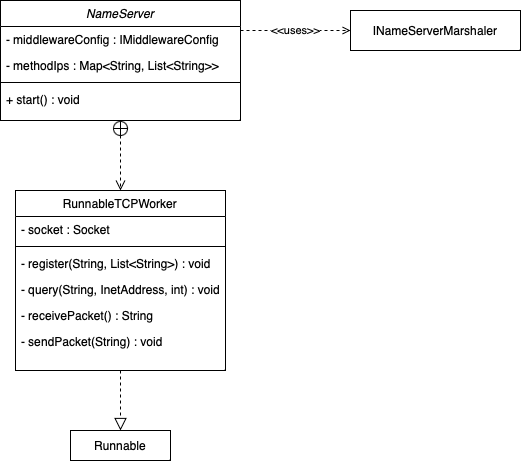
This is doku-middleware/NameServer.drawio.png from PrismFox/tron-game, a draw.io export, as it was before one commit. Source tidied: cells renumbered, new cells last; positions are measured from the earlier drawing's top-left corner, leaving out a move shared by most shapes. The source it was exported from:
```xml
<mxGraphModel>
  <root>
    <mxCell id="0" />
    <mxCell id="1" parent="0" />
    <mxCell id="2" value="NameServer" style="swimlane;fontStyle=2;align=center;verticalAlign=top;horizontal=1;startSize=26;rounded=0;shadow=0;strokeWidth=1;" parent="1" vertex="1">
      <mxGeometry width="240" height="120" as="geometry" />
    </mxCell>
    <mxCell id="3" value="- middlewareConfig : IMiddlewareConfig" style="text;align=left;verticalAlign=top;spacingLeft=4;spacingRight=4;overflow=hidden;points=[[0,0.5],[1,0.5]];portConstraint=eastwest;" parent="2" vertex="1">
      <mxGeometry y="26" width="240" height="26" as="geometry" />
    </mxCell>
    <mxCell id="4" value="- methodIps : Map&lt;String, List&lt;String&gt;&gt;" style="text;align=left;verticalAlign=top;spacingLeft=4;spacingRight=4;overflow=hidden;rounded=0;shadow=0;html=0;" parent="2" vertex="1">
      <mxGeometry y="52" width="240" height="26" as="geometry" />
    </mxCell>
    <mxCell id="5" style="line;html=1;strokeWidth=1;align=left;verticalAlign=middle;spacingTop=-1;spacingLeft=3;spacingRight=3;labelPosition=right;" parent="2" vertex="1">
      <mxGeometry y="78" width="240" height="8" as="geometry" />
    </mxCell>
    <mxCell id="6" value="+ start() : void" style="text;align=left;verticalAlign=top;spacingLeft=4;spacingRight=4;overflow=hidden;" parent="2" vertex="1">
      <mxGeometry y="86" width="240" height="26" as="geometry" />
    </mxCell>
    <mxCell id="7" value="RunnableTCPWorker" style="swimlane;fontStyle=0;align=center;verticalAlign=top;horizontal=1;startSize=26;rounded=0;shadow=0;strokeWidth=1;" parent="1" vertex="1">
      <mxGeometry x="15" y="190" width="210" height="180" as="geometry" />
    </mxCell>
    <mxCell id="8" value="- socket : Socket" style="text;align=left;verticalAlign=top;spacingLeft=4;spacingRight=4;overflow=hidden;rounded=0;shadow=0;html=0;" parent="7" vertex="1">
      <mxGeometry y="26" width="210" height="26" as="geometry" />
    </mxCell>
    <mxCell id="9" style="line;html=1;strokeWidth=1;align=left;verticalAlign=middle;spacingTop=-1;spacingLeft=3;spacingRight=3;labelPosition=right;" parent="7" vertex="1">
      <mxGeometry y="52" width="210" height="8" as="geometry" />
    </mxCell>
    <mxCell id="10" value="- register(String, List&lt;String&gt;) : void" style="text;align=left;verticalAlign=top;spacingLeft=4;spacingRight=4;overflow=hidden;" parent="7" vertex="1">
      <mxGeometry y="60" width="210" height="26" as="geometry" />
    </mxCell>
    <mxCell id="11" value="- query(String, InetAddress, int) : void" style="text;align=left;verticalAlign=top;spacingLeft=4;spacingRight=4;overflow=hidden;" parent="7" vertex="1">
      <mxGeometry y="86" width="210" height="26" as="geometry" />
    </mxCell>
    <mxCell id="12" value="- receivePacket() : String" style="text;align=left;verticalAlign=top;spacingLeft=4;spacingRight=4;overflow=hidden;" parent="7" vertex="1">
      <mxGeometry y="112" width="210" height="26" as="geometry" />
    </mxCell>
    <mxCell id="13" value="- sendPacket(String) : void" style="text;align=left;verticalAlign=top;spacingLeft=4;spacingRight=4;overflow=hidden;" parent="7" vertex="1">
      <mxGeometry y="138" width="210" height="26" as="geometry" />
    </mxCell>
    <mxCell id="14" value="Runnable" style="rounded=0;whiteSpace=wrap;html=1;" parent="1" vertex="1">
      <mxGeometry x="70" y="430" width="100" height="30" as="geometry" />
    </mxCell>
    <mxCell id="15" value="INameServerMarshaler" style="rounded=0;whiteSpace=wrap;html=1;" parent="1" vertex="1">
      <mxGeometry x="350" y="10" width="170" height="40" as="geometry" />
    </mxCell>
    <mxCell id="16" value="&amp;lt;&amp;lt;uses&amp;gt;&amp;gt;" style="edgeStyle=orthogonalEdgeStyle;rounded=0;jettySize=auto;html=1;dashed=1;endArrow=open;endFill=0;exitX=1;exitY=0.25;exitDx=0;exitDy=0;entryX=0;entryY=0.5;entryDx=0;entryDy=0;" parent="1" edge="1" source="2" target="15">
      <mxGeometry relative="1" as="geometry" />
    </mxCell>
    <mxCell id="17" style="endArrow=block;endSize=10;endFill=0;shadow=0;strokeWidth=1;rounded=0;edgeStyle=elbowEdgeStyle;elbow=vertical;dashed=1;exitX=0.5;exitY=1;exitDx=0;exitDy=0;entryX=0.5;entryY=0;entryDx=0;entryDy=0;" parent="1" edge="1" source="7" target="14">
      <mxGeometry relative="1" as="geometry">
        <Array as="points">
          <mxPoint x="100" y="390" />
        </Array>
      </mxGeometry>
    </mxCell>
    <mxCell id="18" style="endArrow=open;startArrow=circlePlus;endFill=0;startFill=0;endSize=8;html=1;rounded=0;dashed=1;entryX=0.5;entryY=0;entryDx=0;entryDy=0;exitX=0.5;exitY=1;exitDx=0;exitDy=0;" parent="1" edge="1" source="2" target="7">
      <mxGeometry relative="1" as="geometry" />
    </mxCell>
  </root>
</mxGraphModel>
```
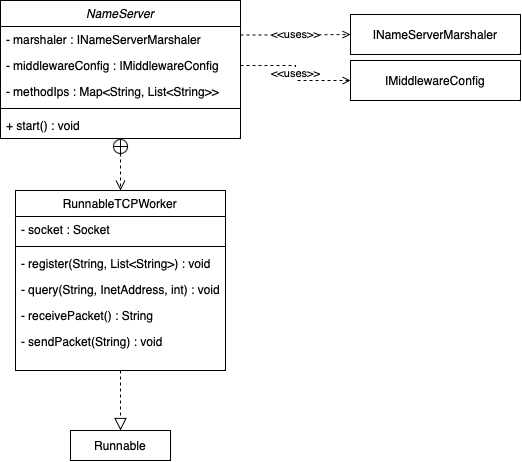
Above is the later version.

Diff of the diagram source:
```diff
@@ -3,19 +3,22 @@
     <mxCell id="0" />
     <mxCell id="1" parent="0" />
     <mxCell id="2" value="NameServer" style="swimlane;fontStyle=2;align=center;verticalAlign=top;horizontal=1;startSize=26;rounded=0;shadow=0;strokeWidth=1;" parent="1" vertex="1">
-      <mxGeometry width="240" height="120" as="geometry" />
+      <mxGeometry width="240" height="138" as="geometry" />
     </mxCell>
+    <mxCell id="19" value="- marshaler : INameServerMarshaler" style="text;align=left;verticalAlign=top;spacingLeft=4;spacingRight=4;overflow=hidden;" parent="2" vertex="1">
+      <mxGeometry y="26" width="240" height="26" as="geometry" />
+    </mxCell>
     <mxCell id="3" value="- middlewareConfig : IMiddlewareConfig" style="text;align=left;verticalAlign=top;spacingLeft=4;spacingRight=4;overflow=hidden;points=[[0,0.5],[1,0.5]];portConstraint=eastwest;" parent="2" vertex="1">
-      <mxGeometry y="26" width="240" height="26" as="geometry" />
+      <mxGeometry y="52" width="240" height="26" as="geometry" />
     </mxCell>
     <mxCell id="4" value="- methodIps : Map&lt;String, List&lt;String&gt;&gt;" style="text;align=left;verticalAlign=top;spacingLeft=4;spacingRight=4;overflow=hidden;rounded=0;shadow=0;html=0;" parent="2" vertex="1">
-      <mxGeometry y="52" width="240" height="26" as="geometry" />
+      <mxGeometry y="78" width="240" height="26" as="geometry" />
     </mxCell>
     <mxCell id="5" style="line;html=1;strokeWidth=1;align=left;verticalAlign=middle;spacingTop=-1;spacingLeft=3;spacingRight=3;labelPosition=right;" parent="2" vertex="1">
-      <mxGeometry y="78" width="240" height="8" as="geometry" />
+      <mxGeometry y="104" width="240" height="8" as="geometry" />
     </mxCell>
     <mxCell id="6" value="+ start() : void" style="text;align=left;verticalAlign=top;spacingLeft=4;spacingRight=4;overflow=hidden;" parent="2" vertex="1">
-      <mxGeometry y="86" width="240" height="26" as="geometry" />
+      <mxGeometry y="112" width="240" height="26" as="geometry" />
     </mxCell>
     <mxCell id="7" value="RunnableTCPWorker" style="swimlane;fontStyle=0;align=center;verticalAlign=top;horizontal=1;startSize=26;rounded=0;shadow=0;strokeWidth=1;" parent="1" vertex="1">
       <mxGeometry x="15" y="190" width="210" height="180" as="geometry" />
@@ -42,7 +45,7 @@
       <mxGeometry x="70" y="430" width="100" height="30" as="geometry" />
     </mxCell>
     <mxCell id="15" value="INameServerMarshaler" style="rounded=0;whiteSpace=wrap;html=1;" parent="1" vertex="1">
-      <mxGeometry x="350" y="10" width="170" height="40" as="geometry" />
+      <mxGeometry x="350" y="14" width="170" height="40" as="geometry" />
     </mxCell>
     <mxCell id="16" value="&amp;lt;&amp;lt;uses&amp;gt;&amp;gt;" style="edgeStyle=orthogonalEdgeStyle;rounded=0;jettySize=auto;html=1;dashed=1;endArrow=open;endFill=0;exitX=1;exitY=0.25;exitDx=0;exitDy=0;entryX=0;entryY=0.5;entryDx=0;entryDy=0;" parent="1" edge="1" source="2" target="15">
       <mxGeometry relative="1" as="geometry" />
@@ -57,5 +60,11 @@
     <mxCell id="18" style="endArrow=open;startArrow=circlePlus;endFill=0;startFill=0;endSize=8;html=1;rounded=0;dashed=1;entryX=0.5;entryY=0;entryDx=0;entryDy=0;exitX=0.5;exitY=1;exitDx=0;exitDy=0;" parent="1" edge="1" source="2" target="7">
       <mxGeometry relative="1" as="geometry" />
     </mxCell>
+    <mxCell id="20" value="IMiddlewareConfig" style="rounded=0;whiteSpace=wrap;html=1;" parent="1" vertex="1">
+      <mxGeometry x="350" y="60" width="170" height="40" as="geometry" />
+    </mxCell>
+    <mxCell id="21" value="&amp;lt;&amp;lt;uses&amp;gt;&amp;gt;" style="edgeStyle=orthogonalEdgeStyle;rounded=0;jettySize=auto;html=1;dashed=1;endArrow=open;endFill=0;exitX=1;exitY=0.5;exitDx=0;exitDy=0;" parent="1" edge="1" source="3" target="20">
+      <mxGeometry relative="1" as="geometry" />
+    </mxCell>
   </root>
 </mxGraphModel>
```
